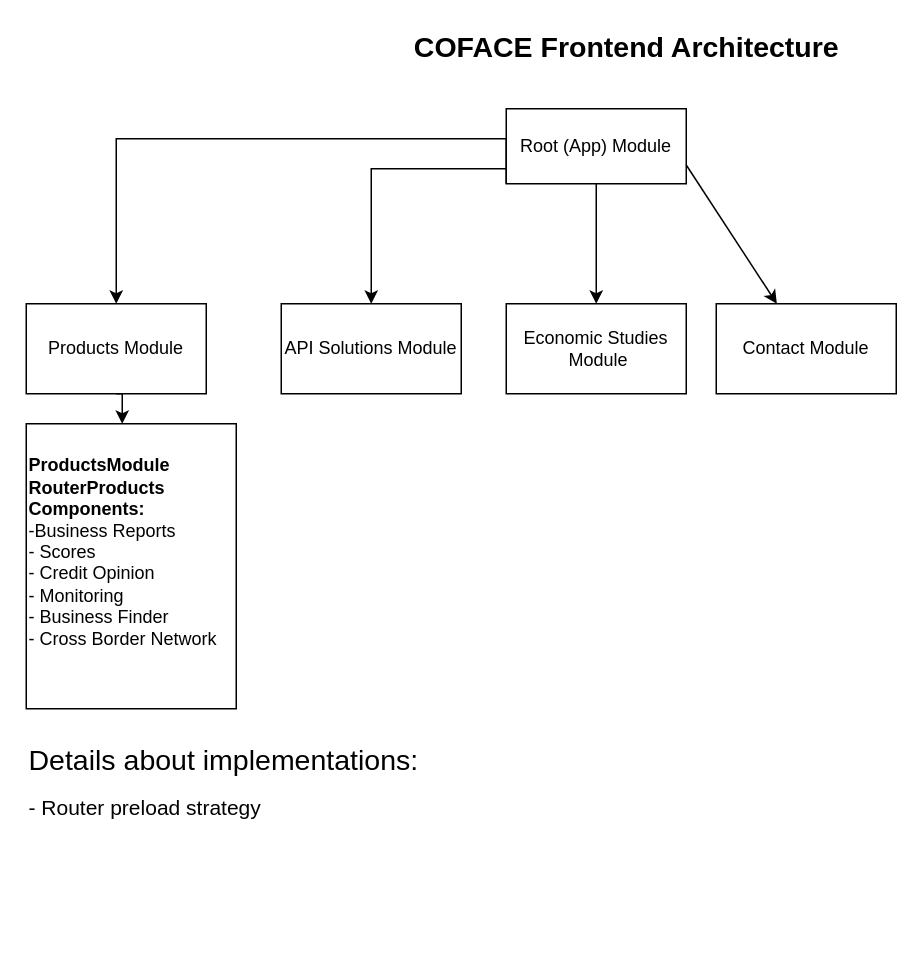
The draw.io diagram Untitled Diagram.drawio in valikonen/coface, before the edit. Source tidied: cells renumbered, new cells numbered last; positions are measured from the earlier drawing's top-left corner, leaving out a move shared by most shapes. Both pictures are drawn from the tidied source at 150%, with x=0, y=0 at pixel (26, 26).
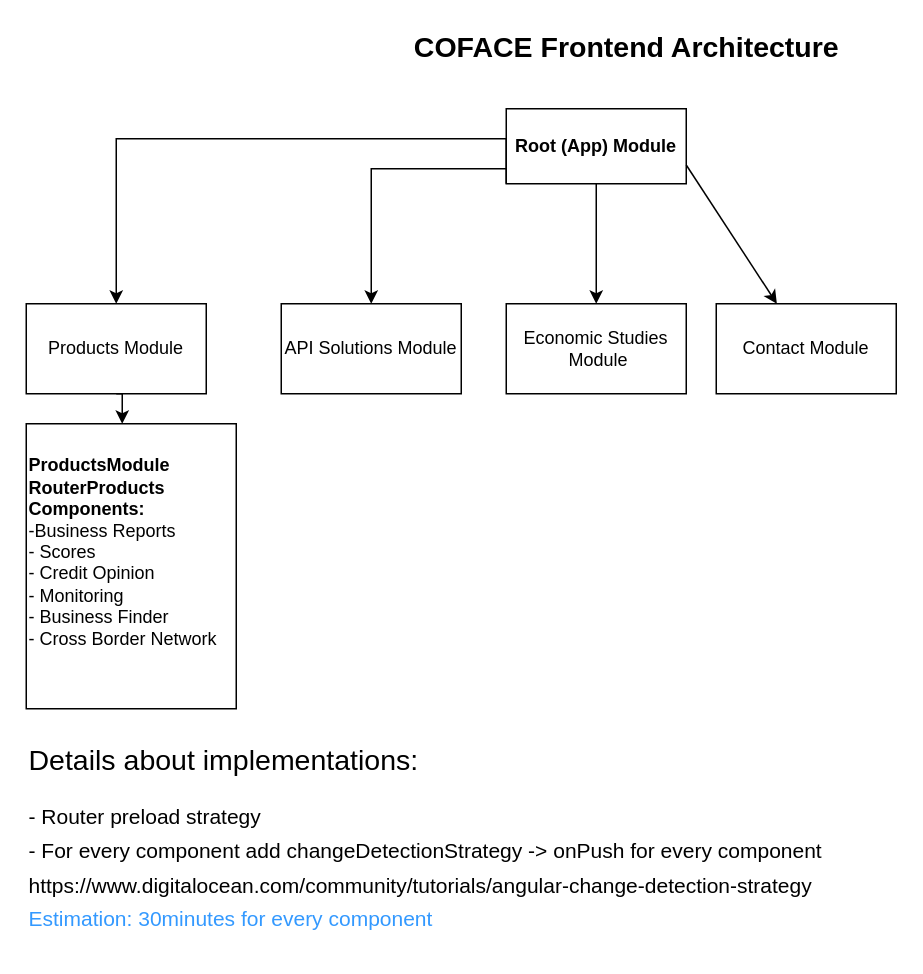
Above is the later version.

The edit, as a diff of the source:
```diff
@@
 <mxGraphModel>
   <root>
     <mxCell id="0" />
     <mxCell id="1" parent="0" />
     <mxCell id="2" style="edgeStyle=orthogonalEdgeStyle;rounded=0;jettySize=auto;html=1;exitX=0;exitY=1;exitDx=0;exitDy=0;" parent="1" edge="1" source="4" target="6">
       <mxGeometry relative="1" as="geometry">
         <Array as="points">
           <mxPoint x="320" y="75" />
           <mxPoint x="60" y="75" />
         </Array>
       </mxGeometry>
     </mxCell>
     <mxCell id="3" style="edgeStyle=orthogonalEdgeStyle;rounded=0;jettySize=auto;html=1;exitX=0.5;exitY=1;exitDx=0;exitDy=0;" parent="1" edge="1" source="4" target="8">
       <mxGeometry relative="1" as="geometry">
         <Array as="points">
           <mxPoint x="380" y="95" />
           <mxPoint x="230" y="95" />
         </Array>
       </mxGeometry>
     </mxCell>
-    <mxCell id="4" value="Root (App) Module" style="rounded=0;whiteSpace=wrap;html=1;" parent="1" vertex="1">
+    <mxCell id="4" value="Root (App) Module" style="rounded=0;whiteSpace=wrap;html=1;fontStyle=1;" parent="1" vertex="1">
       <mxGeometry x="320" y="55" width="120" height="50" as="geometry" />
     </mxCell>
     <mxCell id="5" style="edgeStyle=orthogonalEdgeStyle;rounded=0;jettySize=auto;html=1;exitX=0.5;exitY=1;exitDx=0;exitDy=0;entryX=0.457;entryY=0;entryDx=0;entryDy=0;entryPerimeter=0;" parent="1" edge="1" source="6" target="7">
       <mxGeometry relative="1" as="geometry" />
     </mxCell>
     <mxCell id="6" value="Products Module&lt;br&gt;" style="rounded=0;whiteSpace=wrap;html=1;" parent="1" vertex="1">
       <mxGeometry y="185" width="120" height="60" as="geometry" />
     </mxCell>
     <mxCell id="7" value="&lt;b&gt;&lt;br&gt;ProductsModule&lt;br&gt;RouterProducts&lt;br&gt;Components:&lt;/b&gt;&lt;br&gt;-Business Reports&lt;br&gt;- Scores&lt;br&gt;- Credit Opinion&lt;br&gt;- Monitoring&lt;br&gt;- Business Finder&lt;br&gt;- Cross Border Network" style="rounded=0;whiteSpace=wrap;html=1;align=left;verticalAlign=top;" parent="1" vertex="1">
       <mxGeometry y="265" width="140" height="190" as="geometry" />
     </mxCell>
     <mxCell id="8" value="API Solutions Module" style="rounded=0;whiteSpace=wrap;html=1;" parent="1" vertex="1">
       <mxGeometry x="170" y="185" width="120" height="60" as="geometry" />
     </mxCell>
     <mxCell id="9" style="endArrow=classic;html=1;exitX=0.5;exitY=1;exitDx=0;exitDy=0;" parent="1" edge="1" source="4">
       <mxGeometry relative="1" as="geometry">
         <mxPoint x="380" y="185" as="targetPoint" />
       </mxGeometry>
     </mxCell>
     <mxCell id="10" value="Economic Studies&lt;br&gt;&amp;nbsp;Module" style="rounded=0;whiteSpace=wrap;html=1;" parent="1" vertex="1">
       <mxGeometry x="320" y="185" width="120" height="60" as="geometry" />
     </mxCell>
     <mxCell id="11" style="endArrow=classic;html=1;exitX=1;exitY=0.75;exitDx=0;exitDy=0;" parent="1" edge="1" source="4" target="12">
       <mxGeometry relative="1" as="geometry" />
     </mxCell>
     <mxCell id="12" value="Contact Module" style="rounded=0;whiteSpace=wrap;html=1;" parent="1" vertex="1">
       <mxGeometry x="460" y="185" width="120" height="60" as="geometry" />
     </mxCell>
     <mxCell id="13" value="COFACE Frontend Architecture" style="text;html=1;align=center;verticalAlign=middle;fontSize=19;fontStyle=1;" parent="1" vertex="1">
       <mxGeometry x="250" width="300" height="30" as="geometry" />
     </mxCell>
     <mxCell id="14" value="Details about implementations:" style="text;html=1;align=left;verticalAlign=middle;fontSize=19;" parent="1" vertex="1">
       <mxGeometry y="475" width="280" height="30" as="geometry" />
     </mxCell>
-    <mxCell id="15" value="&lt;font style=&quot;font-size: 14px&quot;&gt;- Router preload strategy&lt;/font&gt;" style="text;html=1;align=left;verticalAlign=middle;fontSize=19;" parent="1" vertex="1">
-      <mxGeometry y="505" width="170" height="30" as="geometry" />
+    <mxCell id="15" value="&lt;font style=&quot;font-size: 14px&quot;&gt;- Router preload strategy&lt;br&gt;- For every component add changeDetectionStrategy -&amp;gt; onPush for every component&amp;nbsp;&lt;br&gt;https://www.digitalocean.com/community/tutorials/angular-change-detection-strategy&lt;br&gt;&lt;font color=&quot;#3399ff&quot;&gt;Estimation: 30minutes for every component&amp;nbsp;&lt;/font&gt;&lt;br&gt;&lt;/font&gt;" style="text;html=1;align=left;verticalAlign=middle;fontSize=19;" parent="1" vertex="1">
+      <mxGeometry y="505" width="550" height="110" as="geometry" />
     </mxCell>
   </root>
 </mxGraphModel>
```
